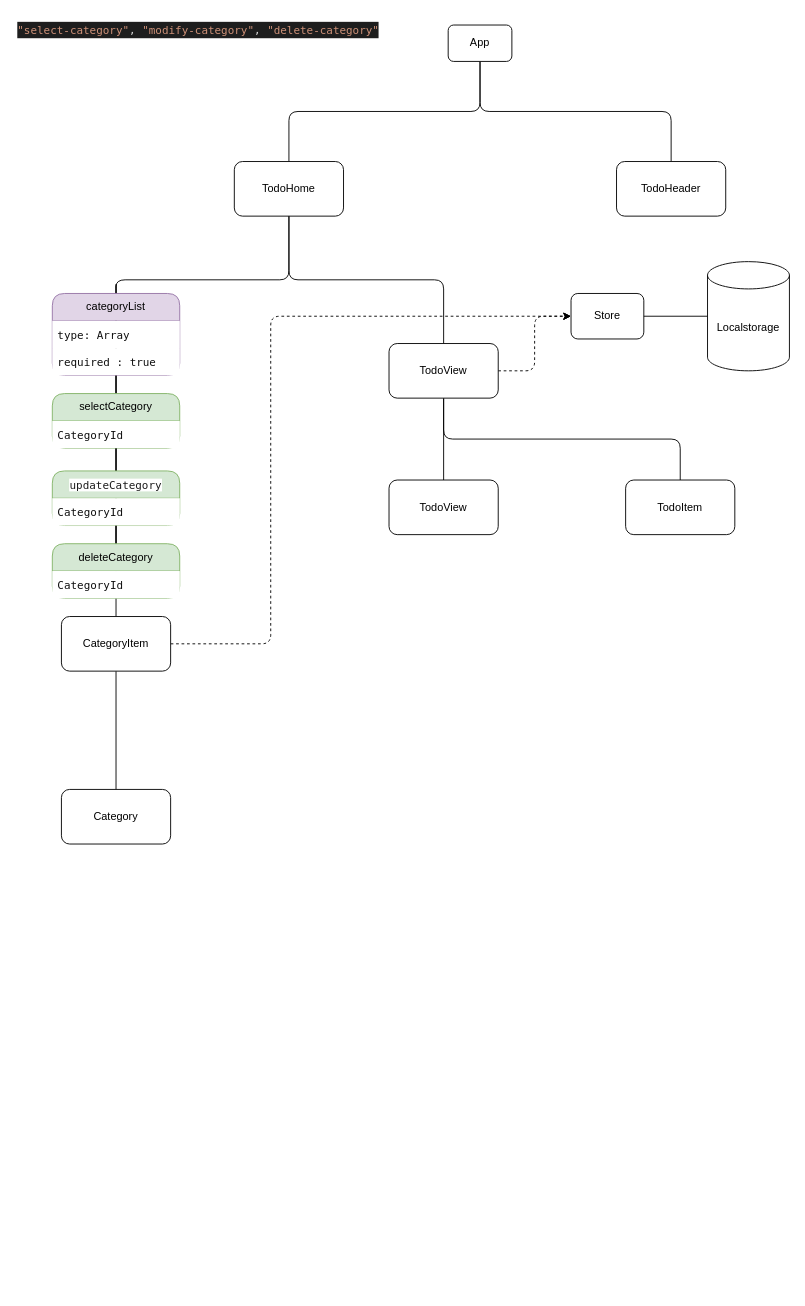
This is todoByJeongBin.drawio from jbkim4040/todoByVue, a draw.io file, before an edit. Source tidied: cells renumbered, new cells numbered last; positions are measured from the earlier drawing's top-left corner, leaving out a move shared by most shapes. Both pictures are drawn from the tidied source at 91%, with x=0, y=0 at pixel (15, 15).
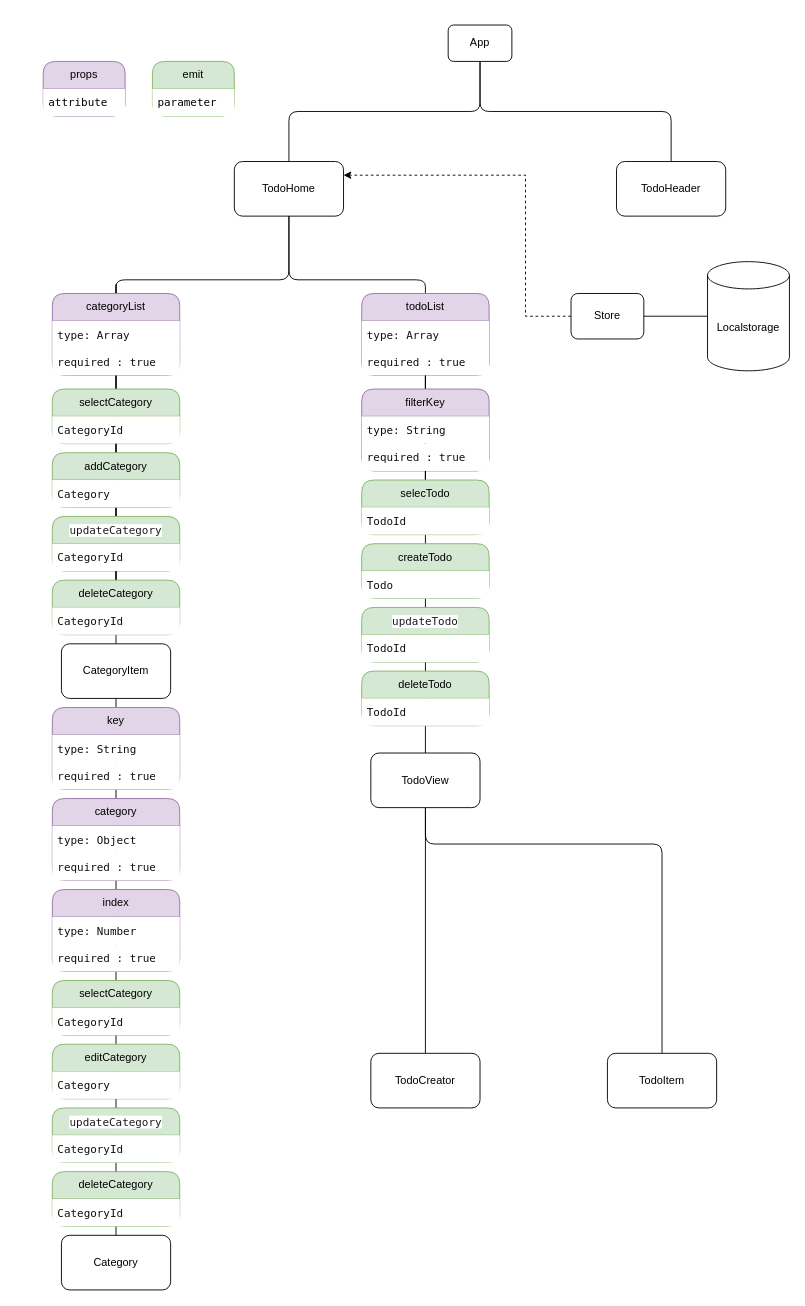
After the change.

The change refers to these unchanged cells:
```xml
<mxCell id="7" value="TodoHome" style="rounded=1;whiteSpace=wrap;html=1;" parent="1" vertex="1">
  <mxGeometry x="240" y="160" width="120" height="60" as="geometry" />
</mxCell>
<mxCell id="19" value="Store" style="rounded=1;whiteSpace=wrap;html=1;" parent="1" vertex="1">
  <mxGeometry x="610" y="305" width="80" height="50" as="geometry" />
</mxCell>
```

What changed in the source:
```diff
@@
-    <mxCell id="6" style="edgeStyle=orthogonalEdgeStyle;rounded=1;jettySize=auto;html=1;exitX=0.5;exitY=1;exitDx=0;exitDy=0;entryX=0.5;entryY=0;entryDx=0;entryDy=0;curved=0;endArrow=none;endFill=0;" parent="1" edge="1" source="7" target="15">
-      <mxGeometry relative="1" as="geometry" />
+    <mxCell id="6" style="edgeStyle=orthogonalEdgeStyle;rounded=1;jettySize=auto;html=1;exitX=0.5;exitY=1;exitDx=0;exitDy=0;entryX=0.5;entryY=0;entryDx=0;entryDy=0;curved=0;endArrow=none;endFill=0;" parent="1" edge="1" source="54" target="15">
+      <mxGeometry relative="1" as="geometry">
+        <Array as="points">
+          <mxPoint x="450" y="370" />
+          <mxPoint x="450" y="370" />
+        </Array>
+      </mxGeometry>
     </mxCell>
@@
-    <mxCell id="10" style="edgeStyle=orthogonalEdgeStyle;rounded=1;jettySize=auto;html=1;exitX=1;exitY=0.5;exitDx=0;exitDy=0;entryX=0;entryY=0.5;entryDx=0;entryDy=0;dashed=1;curved=0;" parent="1" edge="1" source="11" target="19">
-      <mxGeometry relative="1" as="geometry">
-        <Array as="points">
-          <mxPoint x="280" y="690" />
-          <mxPoint x="280" y="330" />
-        </Array>
-      </mxGeometry>
-    </mxCell>
     <mxCell id="11" value="CategoryItem" style="rounded=1;whiteSpace=wrap;html=1;" parent="1" vertex="1">
-      <mxGeometry x="50" y="660" width="120" height="60" as="geometry" />
+      <mxGeometry x="50" y="690" width="120" height="60" as="geometry" />
     </mxCell>
@@
     <mxCell id="13" style="edgeStyle=orthogonalEdgeStyle;rounded=1;jettySize=auto;html=1;exitX=0.5;exitY=1;exitDx=0;exitDy=0;entryX=0.5;entryY=0;entryDx=0;entryDy=0;curved=0;endArrow=none;endFill=0;" parent="1" edge="1" source="15" target="18">
-      <mxGeometry relative="1" as="geometry" />
+      <mxGeometry relative="1" as="geometry">
+        <Array as="points">
+          <mxPoint x="450" y="910" />
+          <mxPoint x="710" y="910" />
+        </Array>
+      </mxGeometry>
     </mxCell>
-    <mxCell id="14" style="edgeStyle=orthogonalEdgeStyle;rounded=1;jettySize=auto;html=1;exitX=1;exitY=0.5;exitDx=0;exitDy=0;entryX=0;entryY=0.5;entryDx=0;entryDy=0;dashed=1;curved=0;" parent="1" edge="1" source="15" target="19">
-      <mxGeometry relative="1" as="geometry" />
-    </mxCell>
     <mxCell id="15" value="TodoView" style="rounded=1;whiteSpace=wrap;html=1;" parent="1" vertex="1">
-      <mxGeometry x="410" y="360" width="120" height="60" as="geometry" />
+      <mxGeometry x="390" y="810" width="120" height="60" as="geometry" />
     </mxCell>
     <mxCell id="16" value="Category" style="rounded=1;whiteSpace=wrap;html=1;" parent="1" vertex="1">
-      <mxGeometry x="50" y="850" width="120" height="60" as="geometry" />
+      <mxGeometry x="50" y="1340" width="120" height="60" as="geometry" />
     </mxCell>
-    <mxCell id="17" value="TodoView" style="rounded=1;whiteSpace=wrap;html=1;" parent="1" vertex="1">
-      <mxGeometry x="410" y="510" width="120" height="60" as="geometry" />
+    <mxCell id="17" value="TodoCreator" style="rounded=1;whiteSpace=wrap;html=1;" parent="1" vertex="1">
+      <mxGeometry x="390" y="1140" width="120" height="60" as="geometry" />
     </mxCell>
     <mxCell id="18" value="TodoItem" style="rounded=1;whiteSpace=wrap;html=1;" parent="1" vertex="1">
-      <mxGeometry x="670" y="510" width="120" height="60" as="geometry" />
+      <mxGeometry x="650" y="1140" width="120" height="60" as="geometry" />
     </mxCell>
+    <mxCell id="36" style="edgeStyle=orthogonalEdgeStyle;rounded=0;jettySize=auto;html=1;exitX=0;exitY=0.5;exitDx=0;exitDy=0;entryX=1;entryY=0.25;entryDx=0;entryDy=0;dashed=1;" parent="1" edge="1" source="19" target="7">
+      <mxGeometry relative="1" as="geometry">
+        <Array as="points">
+          <mxPoint x="560" y="330" />
+          <mxPoint x="560" y="175" />
+        </Array>
+      </mxGeometry>
+    </mxCell>
@@
-    <mxCell id="22" value="&lt;div style=&quot;color: rgb(212, 212, 212); background-color: rgb(30, 30, 30); font-family: Menlo, Monaco, &amp;quot;Courier New&amp;quot;, monospace; font-weight: normal; font-size: 12px; line-height: 18px;&quot;&gt;&lt;div&gt;&lt;span style=&quot;color: #ce9178;&quot;&gt;&quot;select-category&quot;&lt;/span&gt;&lt;span style=&quot;color: #d4d4d4;&quot;&gt;, &lt;/span&gt;&lt;span style=&quot;color: #ce9178;&quot;&gt;&quot;modify-category&quot;&lt;/span&gt;&lt;span style=&quot;color: #d4d4d4;&quot;&gt;, &lt;/span&gt;&lt;span style=&quot;color: #ce9178;&quot;&gt;&quot;delete-category&quot;&lt;/span&gt;&lt;/div&gt;&lt;/div&gt;" style="text;whiteSpace=wrap;html=1;" parent="1" vertex="1">
-      <mxGeometry width="430" height="40" as="geometry" />
-    </mxCell>
@@
     <mxCell id="28" value="selectCategory" style="swimlane;fontStyle=0;horizontal=1;startSize=30;whiteSpace=wrap;html=1;rounded=1;fillColor=#d5e8d4;strokeColor=#82b366;" parent="1" vertex="1">
-      <mxGeometry x="40" y="415" width="140" height="60" as="geometry" />
+      <mxGeometry x="40" y="410" width="140" height="60" as="geometry" />
     </mxCell>
@@
     <mxCell id="31" value="&lt;div style=&quot;font-family: Menlo, Monaco, &amp;quot;Courier New&amp;quot;, monospace; line-height: 18px;&quot;&gt;&lt;font style=&quot;background-color: rgb(255, 255, 255);&quot; color=&quot;#1c1c1c&quot;&gt;updateCategory&lt;/font&gt;&lt;/div&gt;" style="swimlane;fontStyle=0;horizontal=1;startSize=30;whiteSpace=wrap;html=1;rounded=1;fillColor=#d5e8d4;strokeColor=#82b366;" parent="1" vertex="1">
-      <mxGeometry x="40" y="500" width="140" height="60" as="geometry" />
+      <mxGeometry x="40" y="550" width="140" height="60" as="geometry" />
     </mxCell>
@@
     <mxCell id="34" value="deleteCategory" style="swimlane;fontStyle=0;horizontal=1;startSize=30;whiteSpace=wrap;html=1;rounded=1;fillColor=#d5e8d4;strokeColor=#82b366;" parent="1" vertex="1">
-      <mxGeometry x="40" y="580" width="140" height="60" as="geometry" />
+      <mxGeometry x="40" y="620" width="140" height="60" as="geometry" />
     </mxCell>
@@
+    <mxCell id="37" value="props" style="swimlane;fontStyle=0;horizontal=1;startSize=30;whiteSpace=wrap;html=1;rounded=1;fillColor=#e1d5e7;strokeColor=#9673a6;" parent="1" vertex="1">
+      <mxGeometry x="30" y="50" width="90" height="60" as="geometry" />
+    </mxCell>
+    <mxCell id="38" value="&lt;div style=&quot;font-family: Menlo, Monaco, &amp;quot;Courier New&amp;quot;, monospace; line-height: 18px;&quot;&gt;attribute&lt;/div&gt;" style="text;align=left;verticalAlign=middle;spacingLeft=4;spacingRight=4;overflow=hidden;whiteSpace=wrap;html=1;fillColor=default;" parent="37" vertex="1">
+      <mxGeometry y="30" width="90" height="30" as="geometry" />
+    </mxCell>
+    <mxCell id="39" value="emit" style="swimlane;fontStyle=0;horizontal=1;startSize=30;whiteSpace=wrap;html=1;rounded=1;fillColor=#d5e8d4;strokeColor=#82b366;" parent="1" vertex="1">
+      <mxGeometry x="150" y="50" width="90" height="60" as="geometry" />
+    </mxCell>
+    <mxCell id="40" value="&lt;div style=&quot;font-family: Menlo, Monaco, &amp;quot;Courier New&amp;quot;, monospace; line-height: 18px;&quot;&gt;parameter&lt;/div&gt;" style="text;align=left;verticalAlign=middle;spacingLeft=4;spacingRight=4;overflow=hidden;whiteSpace=wrap;html=1;fillColor=default;" parent="39" vertex="1">
+      <mxGeometry y="30" width="90" height="30" as="geometry" />
+    </mxCell>
+    <mxCell id="41" style="edgeStyle=orthogonalEdgeStyle;rounded=1;jettySize=auto;html=1;exitX=0.5;exitY=1;exitDx=0;exitDy=0;entryX=0.5;entryY=0;entryDx=0;entryDy=0;curved=0;endArrow=none;endFill=0;" parent="1" edge="1" source="7" target="42">
+      <mxGeometry relative="1" as="geometry">
+        <Array as="points">
+          <mxPoint x="300" y="290" />
+          <mxPoint x="450" y="290" />
+        </Array>
+      </mxGeometry>
+    </mxCell>
+    <mxCell id="42" value="todoList" style="swimlane;fontStyle=0;horizontal=1;startSize=30;whiteSpace=wrap;html=1;rounded=1;fillColor=#e1d5e7;strokeColor=#9673a6;" parent="1" vertex="1">
+      <mxGeometry x="380" y="305" width="140" height="90" as="geometry" />
+    </mxCell>
+    <mxCell id="43" value="&lt;div style=&quot;font-family: Menlo, Monaco, &amp;quot;Courier New&amp;quot;, monospace; line-height: 18px;&quot;&gt;&lt;font color=&quot;#0f0f0f&quot;&gt;type: Array&lt;/font&gt;&lt;/div&gt;" style="text;align=left;verticalAlign=middle;spacingLeft=4;spacingRight=4;overflow=hidden;whiteSpace=wrap;html=1;fillColor=default;" parent="42" vertex="1">
+      <mxGeometry y="30" width="140" height="30" as="geometry" />
+    </mxCell>
+    <mxCell id="44" value="&lt;div style=&quot;font-family: Menlo, Monaco, &amp;quot;Courier New&amp;quot;, monospace; line-height: 18px;&quot;&gt;&lt;font color=&quot;#0f0f0f&quot;&gt;required : true&lt;/font&gt;&lt;/div&gt;" style="text;align=left;verticalAlign=middle;spacingLeft=4;spacingRight=4;overflow=hidden;whiteSpace=wrap;html=1;fillColor=default;" parent="42" vertex="1">
+      <mxGeometry y="60" width="140" height="30" as="geometry" />
+    </mxCell>
+    <mxCell id="45" style="edgeStyle=orthogonalEdgeStyle;rounded=1;jettySize=auto;html=1;exitX=0.5;exitY=1;exitDx=0;exitDy=0;entryX=0.5;entryY=0;entryDx=0;entryDy=0;curved=0;endArrow=none;endFill=0;" parent="1" edge="1" source="42" target="46">
+      <mxGeometry relative="1" as="geometry" />
+    </mxCell>
+    <mxCell id="46" value="filterKey" style="swimlane;fontStyle=0;horizontal=1;startSize=30;whiteSpace=wrap;html=1;rounded=1;fillColor=#e1d5e7;strokeColor=#9673a6;" parent="1" vertex="1">
+      <mxGeometry x="380" y="410" width="140" height="90" as="geometry" />
+    </mxCell>
+    <mxCell id="47" value="&lt;div style=&quot;font-family: Menlo, Monaco, &amp;quot;Courier New&amp;quot;, monospace; line-height: 18px;&quot;&gt;&lt;font color=&quot;#0f0f0f&quot;&gt;type: String&lt;/font&gt;&lt;/div&gt;" style="text;align=left;verticalAlign=middle;spacingLeft=4;spacingRight=4;overflow=hidden;whiteSpace=wrap;html=1;fillColor=default;" parent="46" vertex="1">
+      <mxGeometry y="30" width="140" height="30" as="geometry" />
+    </mxCell>
+    <mxCell id="48" value="&lt;div style=&quot;font-family: Menlo, Monaco, &amp;quot;Courier New&amp;quot;, monospace; line-height: 18px;&quot;&gt;&lt;font color=&quot;#0f0f0f&quot;&gt;required : true&lt;/font&gt;&lt;/div&gt;" style="text;align=left;verticalAlign=middle;spacingLeft=4;spacingRight=4;overflow=hidden;whiteSpace=wrap;html=1;fillColor=default;" parent="46" vertex="1">
+      <mxGeometry y="60" width="140" height="30" as="geometry" />
+    </mxCell>
+    <mxCell id="49" value="&lt;div style=&quot;font-family: Menlo, Monaco, &amp;quot;Courier New&amp;quot;, monospace; line-height: 18px;&quot;&gt;&lt;font style=&quot;background-color: rgb(255, 255, 255);&quot; color=&quot;#1c1c1c&quot;&gt;updateTodo&lt;/font&gt;&lt;/div&gt;" style="swimlane;fontStyle=0;horizontal=1;startSize=30;whiteSpace=wrap;html=1;rounded=1;fillColor=#d5e8d4;strokeColor=#82b366;" parent="1" vertex="1">
+      <mxGeometry x="380" y="650" width="140" height="60" as="geometry" />
+    </mxCell>
+    <mxCell id="50" value="&lt;div style=&quot;font-family: Menlo, Monaco, &amp;quot;Courier New&amp;quot;, monospace; line-height: 18px;&quot;&gt;&lt;font style=&quot;&quot; color=&quot;#0f0f0f&quot;&gt;TodoId&lt;/font&gt;&lt;/div&gt;" style="text;align=left;verticalAlign=middle;spacingLeft=4;spacingRight=4;overflow=hidden;whiteSpace=wrap;html=1;fillColor=default;" parent="49" vertex="1">
+      <mxGeometry y="30" width="140" height="30" as="geometry" />
+    </mxCell>
+    <mxCell id="51" value="deleteTodo" style="swimlane;fontStyle=0;horizontal=1;startSize=30;whiteSpace=wrap;html=1;rounded=1;fillColor=#d5e8d4;strokeColor=#82b366;" parent="1" vertex="1">
+      <mxGeometry x="380" y="720" width="140" height="60" as="geometry" />
+    </mxCell>
+    <mxCell id="52" value="&lt;div style=&quot;font-family: Menlo, Monaco, &amp;quot;Courier New&amp;quot;, monospace; line-height: 18px;&quot;&gt;&lt;font style=&quot;&quot; color=&quot;#0f0f0f&quot;&gt;TodoId&lt;/font&gt;&lt;/div&gt;" style="text;align=left;verticalAlign=middle;spacingLeft=4;spacingRight=4;overflow=hidden;whiteSpace=wrap;html=1;fillColor=default;" parent="51" vertex="1">
+      <mxGeometry y="30" width="140" height="30" as="geometry" />
+    </mxCell>
+    <mxCell id="53" style="edgeStyle=orthogonalEdgeStyle;rounded=1;jettySize=auto;html=1;exitX=0.5;exitY=1;exitDx=0;exitDy=0;entryX=0.5;entryY=0;entryDx=0;entryDy=0;curved=0;endArrow=none;endFill=0;" parent="1" edge="1" source="46" target="54">
+      <mxGeometry relative="1" as="geometry" />
+    </mxCell>
+    <mxCell id="54" value="selecTodo" style="swimlane;fontStyle=0;horizontal=1;startSize=30;whiteSpace=wrap;html=1;rounded=1;fillColor=#d5e8d4;strokeColor=#82b366;" parent="1" vertex="1">
+      <mxGeometry x="380" y="510" width="140" height="60" as="geometry" />
+    </mxCell>
+    <mxCell id="55" value="&lt;div style=&quot;font-family: Menlo, Monaco, &amp;quot;Courier New&amp;quot;, monospace; line-height: 18px;&quot;&gt;&lt;font style=&quot;&quot; color=&quot;#0f0f0f&quot;&gt;TodoId&lt;/font&gt;&lt;/div&gt;" style="text;align=left;verticalAlign=middle;spacingLeft=4;spacingRight=4;overflow=hidden;whiteSpace=wrap;html=1;fillColor=default;" parent="54" vertex="1">
+      <mxGeometry y="30" width="140" height="30" as="geometry" />
+    </mxCell>
+    <mxCell id="56" value="createTodo" style="swimlane;fontStyle=0;horizontal=1;startSize=30;whiteSpace=wrap;html=1;rounded=1;fillColor=#d5e8d4;strokeColor=#82b366;" parent="1" vertex="1">
+      <mxGeometry x="380" y="580" width="140" height="60" as="geometry" />
+    </mxCell>
+    <mxCell id="57" value="&lt;div style=&quot;font-family: Menlo, Monaco, &amp;quot;Courier New&amp;quot;, monospace; line-height: 18px;&quot;&gt;&lt;font style=&quot;&quot; color=&quot;#0f0f0f&quot;&gt;Todo&lt;/font&gt;&lt;/div&gt;" style="text;align=left;verticalAlign=middle;spacingLeft=4;spacingRight=4;overflow=hidden;whiteSpace=wrap;html=1;fillColor=default;" parent="56" vertex="1">
+      <mxGeometry y="30" width="140" height="30" as="geometry" />
+    </mxCell>
+    <mxCell id="58" value="addCategory" style="swimlane;fontStyle=0;horizontal=1;startSize=30;whiteSpace=wrap;html=1;rounded=1;fillColor=#d5e8d4;strokeColor=#82b366;" parent="1" vertex="1">
+      <mxGeometry x="40" y="480" width="140" height="60" as="geometry" />
+    </mxCell>
+    <mxCell id="59" value="&lt;div style=&quot;font-family: Menlo, Monaco, &amp;quot;Courier New&amp;quot;, monospace; line-height: 18px;&quot;&gt;&lt;font style=&quot;&quot; color=&quot;#0f0f0f&quot;&gt;Category&lt;/font&gt;&lt;/div&gt;" style="text;align=left;verticalAlign=middle;spacingLeft=4;spacingRight=4;overflow=hidden;whiteSpace=wrap;html=1;fillColor=default;" parent="58" vertex="1">
+      <mxGeometry y="30" width="140" height="30" as="geometry" />
+    </mxCell>
+    <mxCell id="60" value="selectCategory" style="swimlane;fontStyle=0;horizontal=1;startSize=30;whiteSpace=wrap;html=1;rounded=1;fillColor=#d5e8d4;strokeColor=#82b366;" parent="1" vertex="1">
+      <mxGeometry x="40" y="1060" width="140" height="60" as="geometry" />
+    </mxCell>
+    <mxCell id="61" value="&lt;div style=&quot;font-family: Menlo, Monaco, &amp;quot;Courier New&amp;quot;, monospace; line-height: 18px;&quot;&gt;&lt;font style=&quot;&quot; color=&quot;#0f0f0f&quot;&gt;CategoryId&lt;/font&gt;&lt;/div&gt;" style="text;align=left;verticalAlign=middle;spacingLeft=4;spacingRight=4;overflow=hidden;whiteSpace=wrap;html=1;fillColor=default;" parent="60" vertex="1">
+      <mxGeometry y="30" width="140" height="30" as="geometry" />
+    </mxCell>
+    <mxCell id="62" value="&lt;div style=&quot;font-family: Menlo, Monaco, &amp;quot;Courier New&amp;quot;, monospace; line-height: 18px;&quot;&gt;&lt;font style=&quot;background-color: rgb(255, 255, 255);&quot; color=&quot;#1c1c1c&quot;&gt;updateCategory&lt;/font&gt;&lt;/div&gt;" style="swimlane;fontStyle=0;horizontal=1;startSize=30;whiteSpace=wrap;html=1;rounded=1;fillColor=#d5e8d4;strokeColor=#82b366;" parent="1" vertex="1">
+      <mxGeometry x="40" y="1200" width="140" height="60" as="geometry" />
+    </mxCell>
+    <mxCell id="63" value="&lt;div style=&quot;font-family: Menlo, Monaco, &amp;quot;Courier New&amp;quot;, monospace; line-height: 18px;&quot;&gt;&lt;font style=&quot;&quot; color=&quot;#0f0f0f&quot;&gt;CategoryId&lt;/font&gt;&lt;/div&gt;" style="text;align=left;verticalAlign=middle;spacingLeft=4;spacingRight=4;overflow=hidden;whiteSpace=wrap;html=1;fillColor=default;" parent="62" vertex="1">
+      <mxGeometry y="30" width="140" height="30" as="geometry" />
+    </mxCell>
+    <mxCell id="64" value="deleteCategory" style="swimlane;fontStyle=0;horizontal=1;startSize=30;whiteSpace=wrap;html=1;rounded=1;fillColor=#d5e8d4;strokeColor=#82b366;" parent="1" vertex="1">
+      <mxGeometry x="40" y="1270" width="140" height="60" as="geometry" />
+    </mxCell>
+    <mxCell id="65" value="&lt;div style=&quot;font-family: Menlo, Monaco, &amp;quot;Courier New&amp;quot;, monospace; line-height: 18px;&quot;&gt;&lt;font style=&quot;&quot; color=&quot;#0f0f0f&quot;&gt;CategoryId&lt;/font&gt;&lt;/div&gt;" style="text;align=left;verticalAlign=middle;spacingLeft=4;spacingRight=4;overflow=hidden;whiteSpace=wrap;html=1;fillColor=default;" parent="64" vertex="1">
+      <mxGeometry y="30" width="140" height="30" as="geometry" />
+    </mxCell>
+    <mxCell id="66" value="editCategory" style="swimlane;fontStyle=0;horizontal=1;startSize=30;whiteSpace=wrap;html=1;rounded=1;fillColor=#d5e8d4;strokeColor=#82b366;" parent="1" vertex="1">
+      <mxGeometry x="40" y="1130" width="140" height="60" as="geometry" />
+    </mxCell>
+    <mxCell id="67" value="&lt;div style=&quot;font-family: Menlo, Monaco, &amp;quot;Courier New&amp;quot;, monospace; line-height: 18px;&quot;&gt;&lt;font style=&quot;&quot; color=&quot;#0f0f0f&quot;&gt;Category&lt;/font&gt;&lt;/div&gt;" style="text;align=left;verticalAlign=middle;spacingLeft=4;spacingRight=4;overflow=hidden;whiteSpace=wrap;html=1;fillColor=default;" parent="66" vertex="1">
+      <mxGeometry y="30" width="140" height="30" as="geometry" />
+    </mxCell>
+    <mxCell id="68" value="key" style="swimlane;fontStyle=0;horizontal=1;startSize=30;whiteSpace=wrap;html=1;rounded=1;fillColor=#e1d5e7;strokeColor=#9673a6;" parent="1" vertex="1">
+      <mxGeometry x="40" y="760" width="140" height="90" as="geometry" />
+    </mxCell>
+    <mxCell id="69" value="&lt;div style=&quot;font-family: Menlo, Monaco, &amp;quot;Courier New&amp;quot;, monospace; line-height: 18px;&quot;&gt;&lt;font color=&quot;#0f0f0f&quot;&gt;type: String&lt;/font&gt;&lt;/div&gt;" style="text;align=left;verticalAlign=middle;spacingLeft=4;spacingRight=4;overflow=hidden;whiteSpace=wrap;html=1;fillColor=default;" parent="68" vertex="1">
+      <mxGeometry y="30" width="140" height="30" as="geometry" />
+    </mxCell>
+    <mxCell id="70" value="&lt;div style=&quot;font-family: Menlo, Monaco, &amp;quot;Courier New&amp;quot;, monospace; line-height: 18px;&quot;&gt;&lt;font color=&quot;#0f0f0f&quot;&gt;required : true&lt;/font&gt;&lt;/div&gt;" style="text;align=left;verticalAlign=middle;spacingLeft=4;spacingRight=4;overflow=hidden;whiteSpace=wrap;html=1;fillColor=default;" parent="68" vertex="1">
+      <mxGeometry y="60" width="140" height="30" as="geometry" />
+    </mxCell>
+    <mxCell id="71" value="category" style="swimlane;fontStyle=0;horizontal=1;startSize=30;whiteSpace=wrap;html=1;rounded=1;fillColor=#e1d5e7;strokeColor=#9673a6;" parent="1" vertex="1">
+      <mxGeometry x="40" y="860" width="140" height="90" as="geometry" />
+    </mxCell>
+    <mxCell id="72" value="&lt;div style=&quot;font-family: Menlo, Monaco, &amp;quot;Courier New&amp;quot;, monospace; line-height: 18px;&quot;&gt;&lt;font color=&quot;#0f0f0f&quot;&gt;type: Object&lt;/font&gt;&lt;/div&gt;" style="text;align=left;verticalAlign=middle;spacingLeft=4;spacingRight=4;overflow=hidden;whiteSpace=wrap;html=1;fillColor=default;" parent="71" vertex="1">
+      <mxGeometry y="30" width="140" height="30" as="geometry" />
+    </mxCell>
+    <mxCell id="73" value="&lt;div style=&quot;font-family: Menlo, Monaco, &amp;quot;Courier New&amp;quot;, monospace; line-height: 18px;&quot;&gt;&lt;font color=&quot;#0f0f0f&quot;&gt;required : true&lt;/font&gt;&lt;/div&gt;" style="text;align=left;verticalAlign=middle;spacingLeft=4;spacingRight=4;overflow=hidden;whiteSpace=wrap;html=1;fillColor=default;" parent="71" vertex="1">
+      <mxGeometry y="60" width="140" height="30" as="geometry" />
+    </mxCell>
+    <mxCell id="74" value="index" style="swimlane;fontStyle=0;horizontal=1;startSize=30;whiteSpace=wrap;html=1;rounded=1;fillColor=#e1d5e7;strokeColor=#9673a6;" parent="1" vertex="1">
+      <mxGeometry x="40" y="960" width="140" height="90" as="geometry" />
+    </mxCell>
+    <mxCell id="75" value="&lt;div style=&quot;font-family: Menlo, Monaco, &amp;quot;Courier New&amp;quot;, monospace; line-height: 18px;&quot;&gt;&lt;font color=&quot;#0f0f0f&quot;&gt;type: Number&lt;/font&gt;&lt;/div&gt;" style="text;align=left;verticalAlign=middle;spacingLeft=4;spacingRight=4;overflow=hidden;whiteSpace=wrap;html=1;fillColor=default;" parent="74" vertex="1">
+      <mxGeometry y="30" width="140" height="30" as="geometry" />
+    </mxCell>
+    <mxCell id="76" value="&lt;div style=&quot;font-family: Menlo, Monaco, &amp;quot;Courier New&amp;quot;, monospace; line-height: 18px;&quot;&gt;&lt;font color=&quot;#0f0f0f&quot;&gt;required : true&lt;/font&gt;&lt;/div&gt;" style="text;align=left;verticalAlign=middle;spacingLeft=4;spacingRight=4;overflow=hidden;whiteSpace=wrap;html=1;fillColor=default;" parent="74" vertex="1">
+      <mxGeometry y="60" width="140" height="30" as="geometry" />
+    </mxCell>
```
